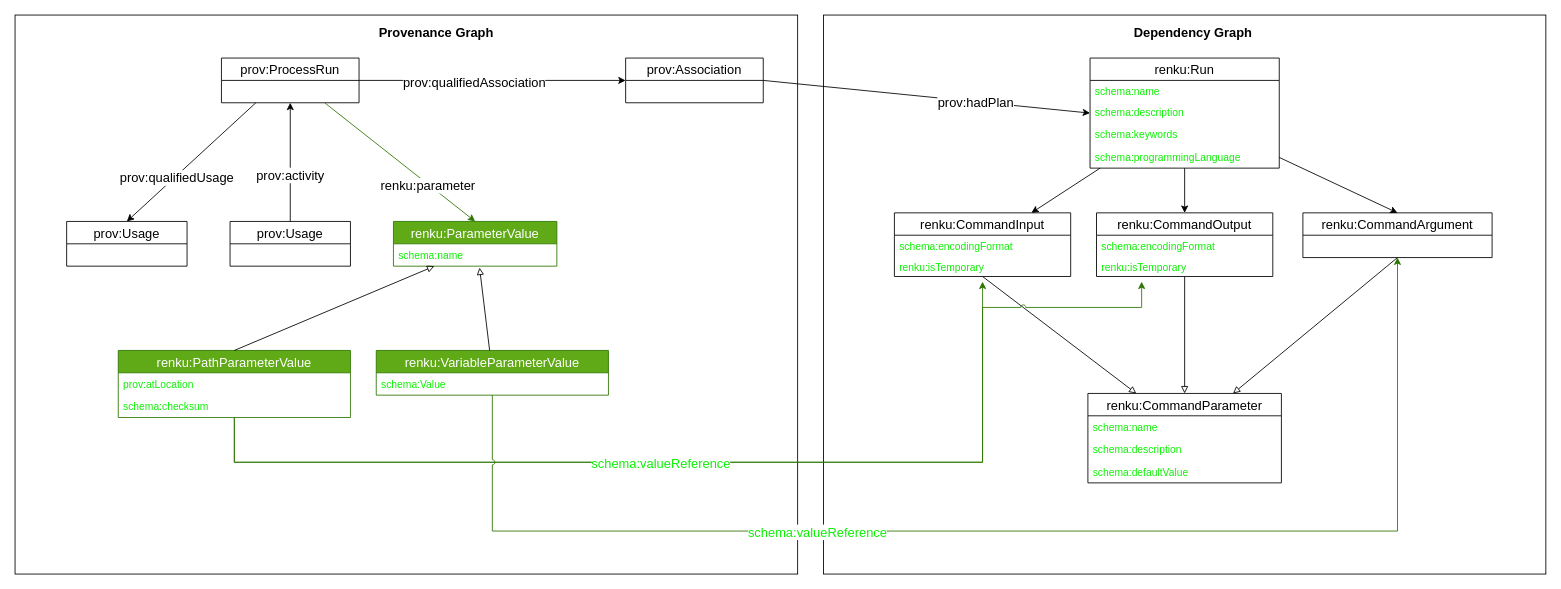
Before: design/001-new-workflow-commands/run-metadata.drawio in SwissDataScienceCenter/renku-python, a draw.io diagram. Source tidied: cells renumbered, new cells numbered last; positions are measured from the earlier drawing's top-left corner, leaving out a move shared by most shapes. Both pictures are drawn from the tidied source at 86%, with x=0, y=0 at pixel (15, 15).
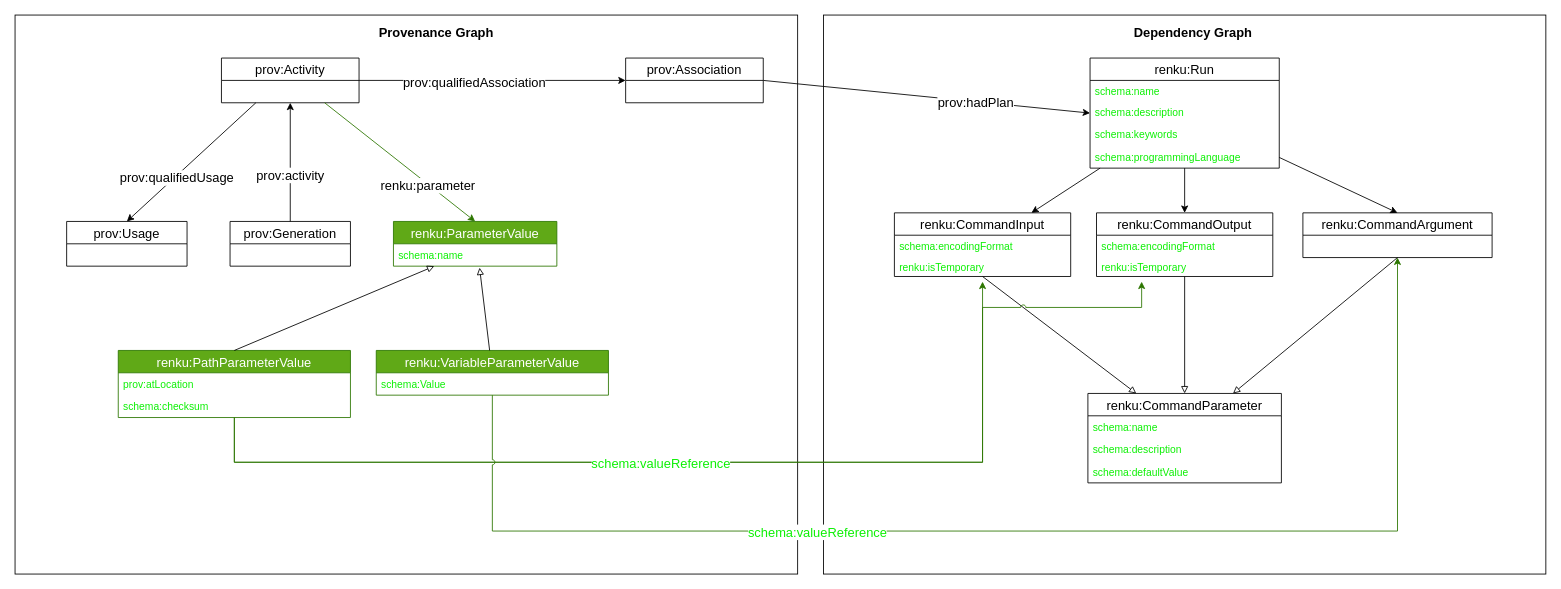
Above is the later version.

Diff of the diagram source:
```diff
@@
-    <mxCell id="4" value="prov:ProcessRun" style="swimlane;fontStyle=0;horizontal=1;startSize=26;fillColor=none;fontSize=15;" parent="1" vertex="1">
+    <mxCell id="4" value="prov:Activity" style="swimlane;fontStyle=0;horizontal=1;startSize=26;fillColor=none;fontSize=15;" parent="1" vertex="1">
       <mxGeometry x="240" y="50" width="160" height="52" as="geometry" />
     </mxCell>
@@
-    <mxCell id="6" value="prov:Usage" style="swimlane;fontStyle=0;horizontal=1;startSize=26;fillColor=none;fontSize=15;" parent="1" vertex="1">
+    <mxCell id="6" value="prov:Generation" style="swimlane;fontStyle=0;horizontal=1;startSize=26;fillColor=none;fontSize=15;" parent="1" vertex="1">
       <mxGeometry x="250" y="240" width="140" height="52" as="geometry" />
     </mxCell>
```
